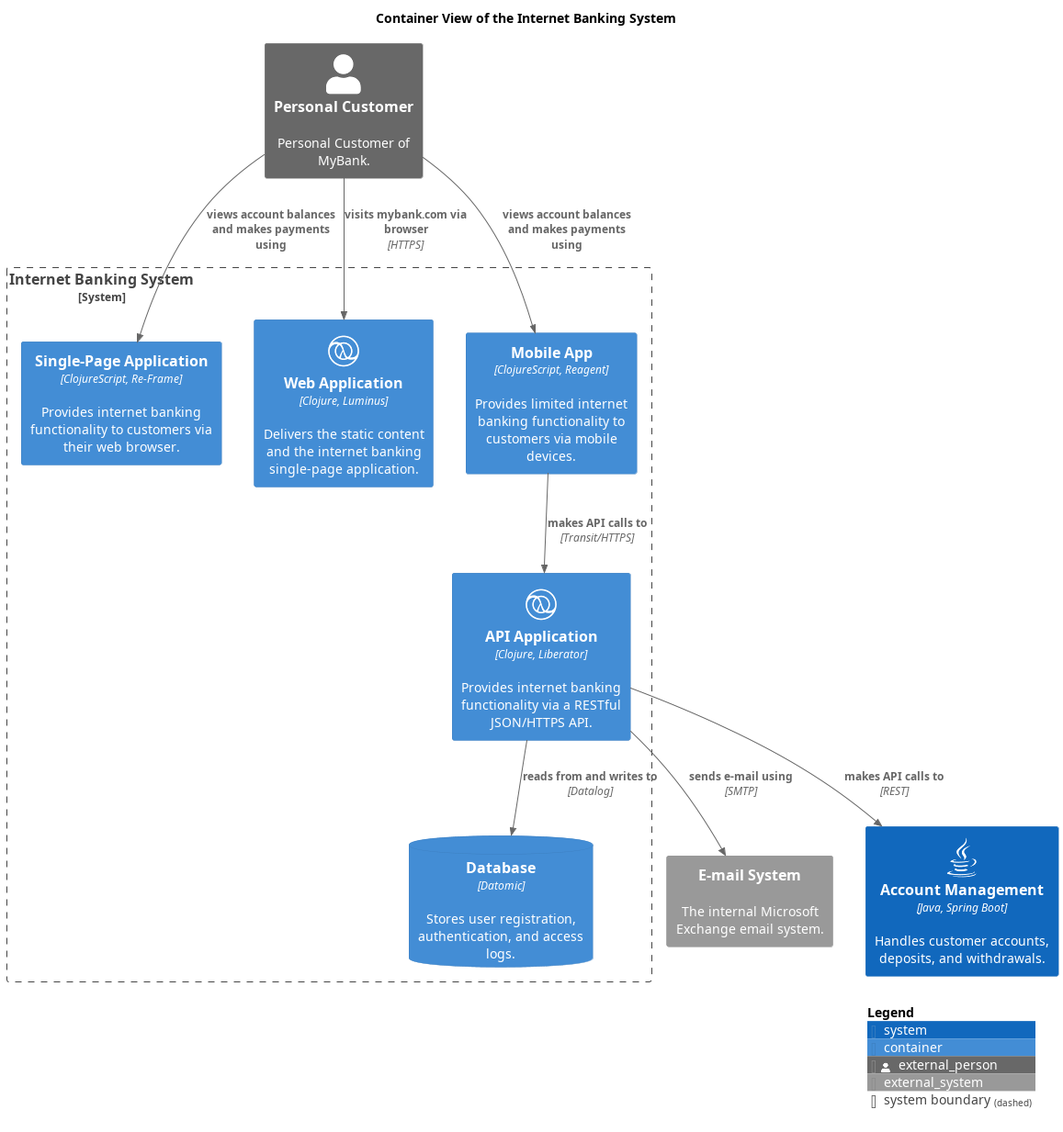
soulspace-org/my-bank-model keeps this PlantUML diagram as docs/mybank/digital-banking/internet-banking-system/container-view.png. Above is the earlier version.
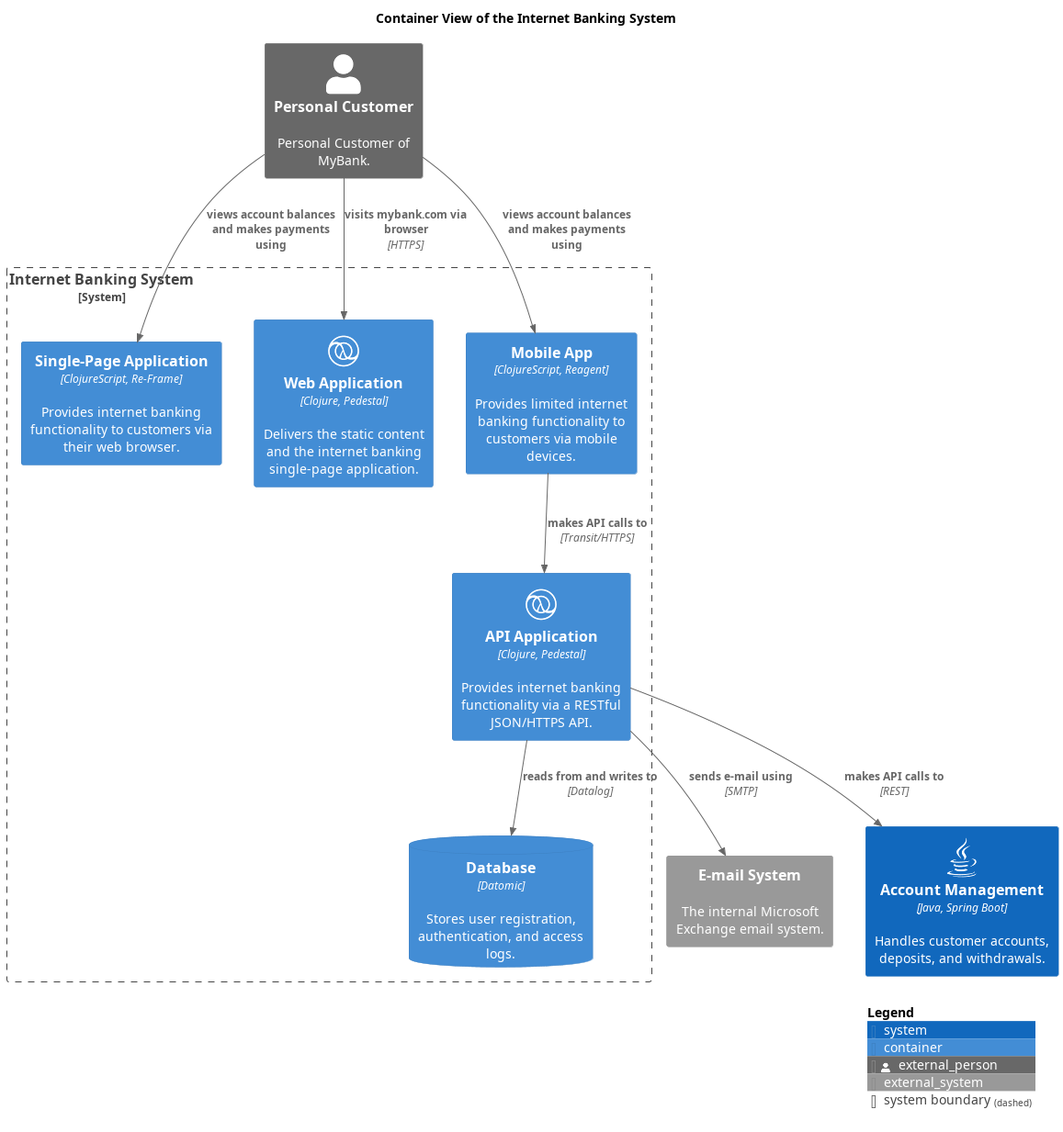
After the change.

Diff of the diagram source:
```diff
@@ -17,9 +17,9 @@
 title Container View of the Internet Banking System
 System_Ext(mybank_emailSystem, "E-mail System", $descr="The internal Microsoft Exchange email system.")
 System_Boundary(mybank_digitalBanking_internetBankingSystem_internetBankingSystem, "Internet Banking System") {
-  Container(mybank_digitalBanking_internetBankingSystem_apiApplication, "API Application", $descr="Provides internet banking functionality via a RESTful JSON/HTTPS API.", $techn="Clojure, Liberator", $sprite="clojure")
+  Container(mybank_digitalBanking_internetBankingSystem_apiApplication, "API Application", $descr="Provides internet banking functionality via a RESTful JSON/HTTPS API.", $techn="Clojure, Pedestal", $sprite="clojure")
   Container(mybank_digitalBanking_internetBankingSystem_singlePageApp, "Single-Page Application", $descr="Provides internet banking functionality to customers via their web browser.", $techn="ClojureScript, Re-Frame")
-  Container(mybank_digitalBanking_internetBankingSystem_webApp, "Web Application", $descr="Delivers the static content and the internet banking single-page application.", $techn="Clojure, Luminus", $sprite="clojure")
+  Container(mybank_digitalBanking_internetBankingSystem_webApp, "Web Application", $descr="Delivers the static content and the internet banking single-page application.", $techn="Clojure, Pedestal", $sprite="clojure")
   Container(mybank_digitalBanking_internetBankingSystem_mobileApp, "Mobile App", $descr="Provides limited internet banking functionality to customers via mobile devices.", $techn="ClojureScript, Reagent")
   ContainerDb(mybank_digitalBanking_internetBankingSystem_database, "Database", $descr="Stores user registration, authentication, and access logs.", $techn="Datomic")
 }
```
